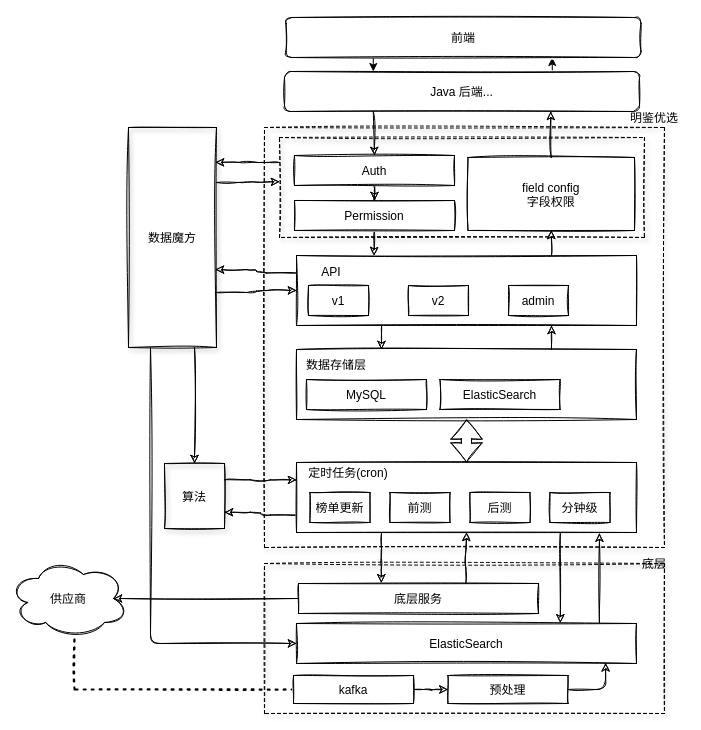
LLwill/drow.io keeps this draw.io diagram as file/明鉴优选.drawio. Above is the earlier version. Source tidied: cells renumbered, new cells numbered last; positions are measured from the earlier drawing's top-left corner, leaving out a move shared by most shapes. Both pictures are drawn from the tidied source at 100%, with x=0, y=0 at pixel (8, 17).
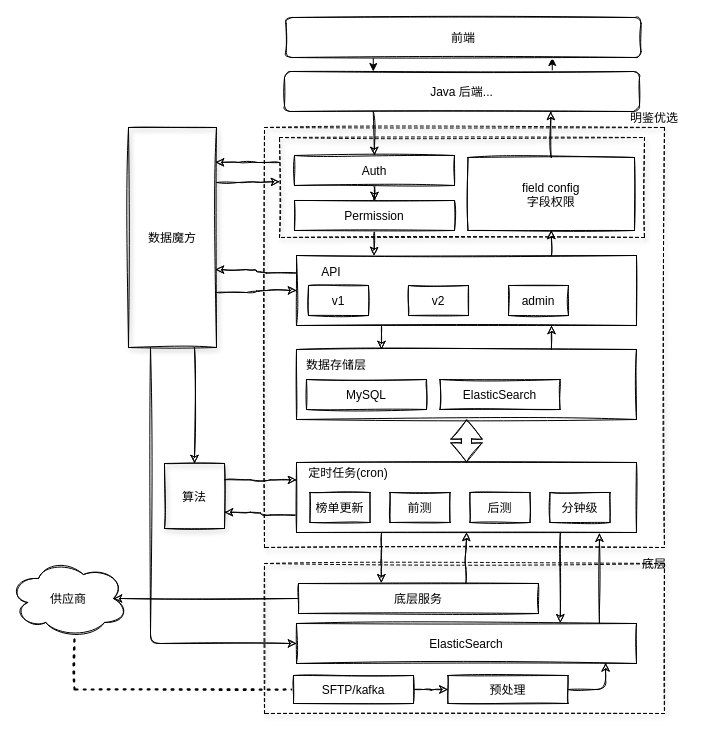
The same diagram, later.

Commit message:
更新明鉴优选.drawio

What changed in the source:
```diff
@@
-    <mxCell id="28" value="kafka" style="rounded=0;sketch=1;" parent="1" vertex="1">
+    <mxCell id="28" value="SFTP/kafka" style="rounded=0;sketch=1;" parent="1" vertex="1">
       <mxGeometry x="285" y="658" width="120" height="28" as="geometry" />
     </mxCell>
```
